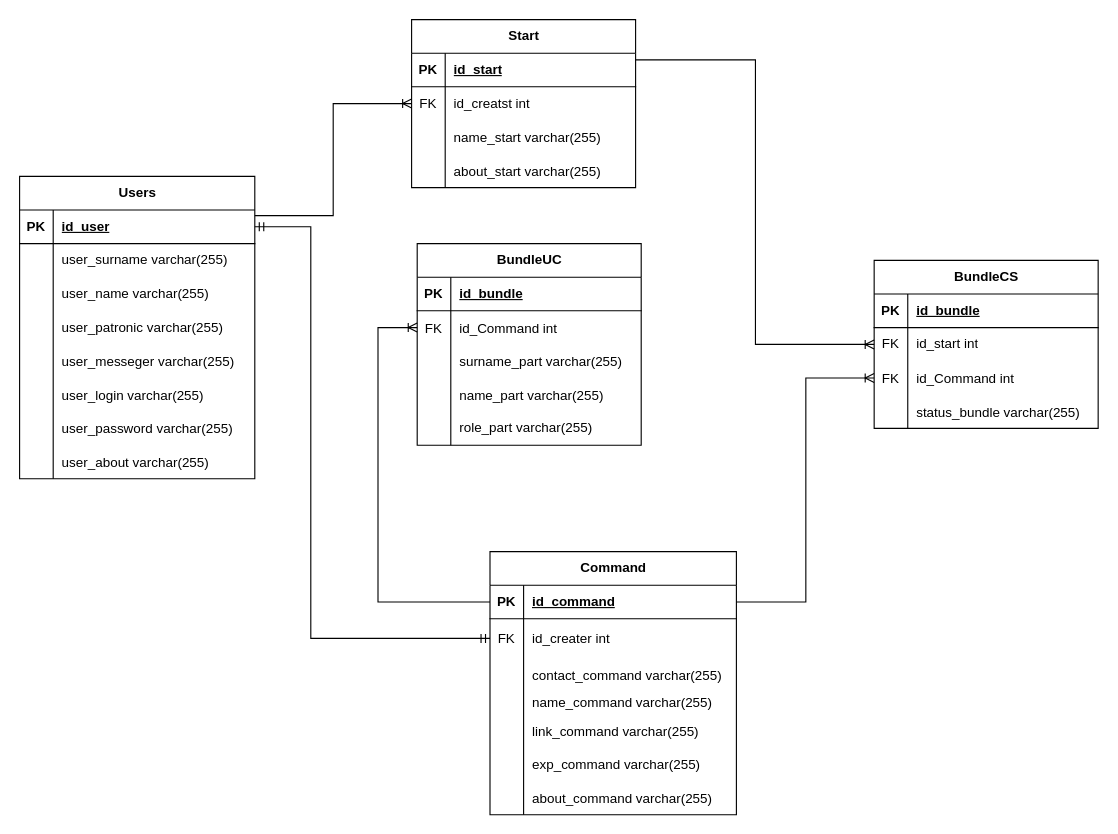
Earlier version of the draw.io diagram page "Физ схема" (2 of 6) of Лог схема БД.drawio (bys0kbata/ProstoStart). Source tidied: cells renumbered, new cells numbered last; positions are measured from the earlier drawing's top-left corner, leaving out a move shared by most shapes. Both pictures are drawn from the tidied source at 112%, with x=0, y=0 at pixel (19, 19).
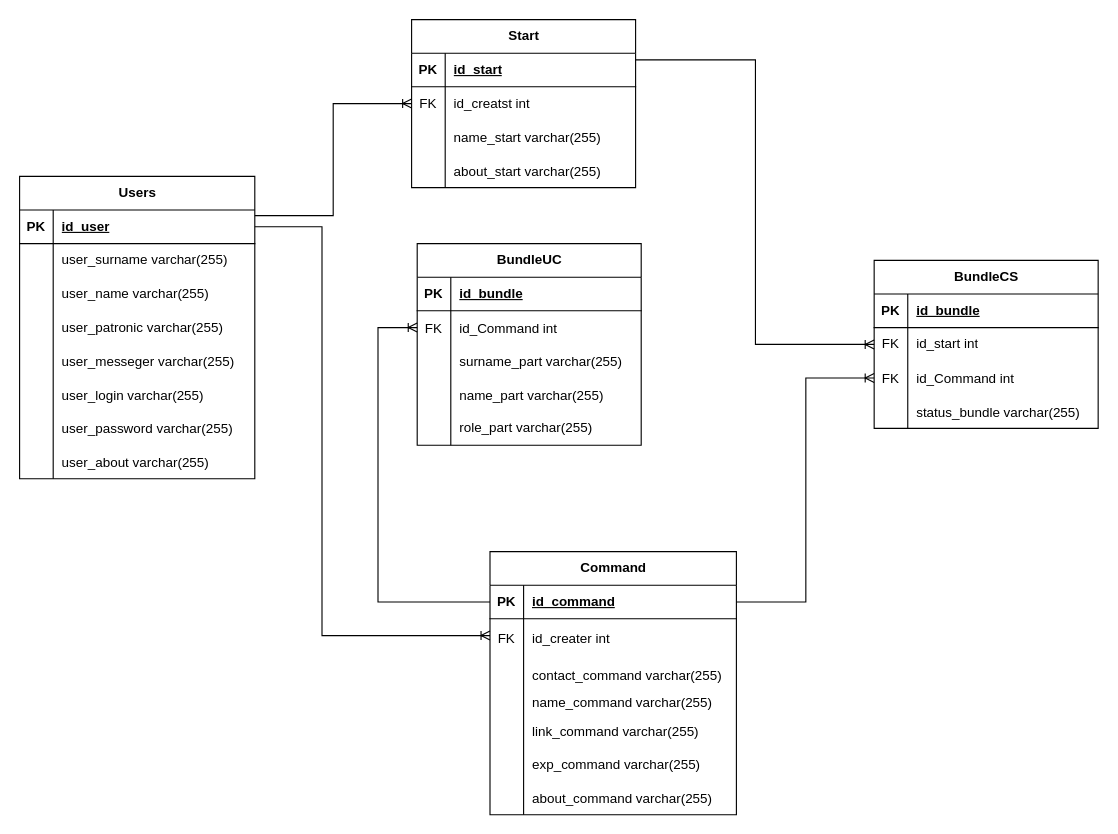
The same page after the edit.

The change refers to these unchanged cells:
```xml
<mxCell id="3" style="shape=tableRow;horizontal=0;startSize=0;swimlaneHead=0;swimlaneBody=0;fillColor=none;points=[[0,0.5],[1,0.5]];portConstraint=eastwest;top=0;left=0;right=0;bottom=1;" parent="2" vertex="1">
  <mxGeometry y="30" width="210" height="30" as="geometry" />
</mxCell>
<mxCell id="36" style="shape=tableRow;horizontal=0;startSize=0;swimlaneHead=0;swimlaneBody=0;fillColor=none;points=[[0,0.5],[1,0.5]];portConstraint=eastwest;top=0;left=0;right=0;bottom=0;" parent="32" vertex="1">
  <mxGeometry y="60" width="220" height="35" as="geometry" />
</mxCell>
```

The edit, as a diff of the source:
```diff
@@
-    <mxCell id="83" style="edgeStyle=elbowEdgeStyle;fontSize=12;html=1;endArrow=ERmandOne;startArrow=ERmandOne;rounded=0;exitX=1;exitY=0.5;exitDx=0;exitDy=0;entryX=0;entryY=0.5;entryDx=0;entryDy=0;" parent="1" edge="1" source="3" target="36">
-      <mxGeometry relative="1" as="geometry">
-        <Array as="points">
-          <mxPoint x="260" y="370" />
-        </Array>
-      </mxGeometry>
-    </mxCell>
@@
+    <mxCell id="101" style="edgeStyle=elbowEdgeStyle;fontSize=12;html=1;endArrow=ERoneToMany;rounded=0;exitX=1;exitY=0.5;exitDx=0;exitDy=0;" parent="1" edge="1" source="3">
+      <mxGeometry relative="1" as="geometry">
+        <mxPoint x="420" y="550" as="targetPoint" />
+        <Array as="points">
+          <mxPoint x="270" y="370" />
+        </Array>
+      </mxGeometry>
+    </mxCell>
```
